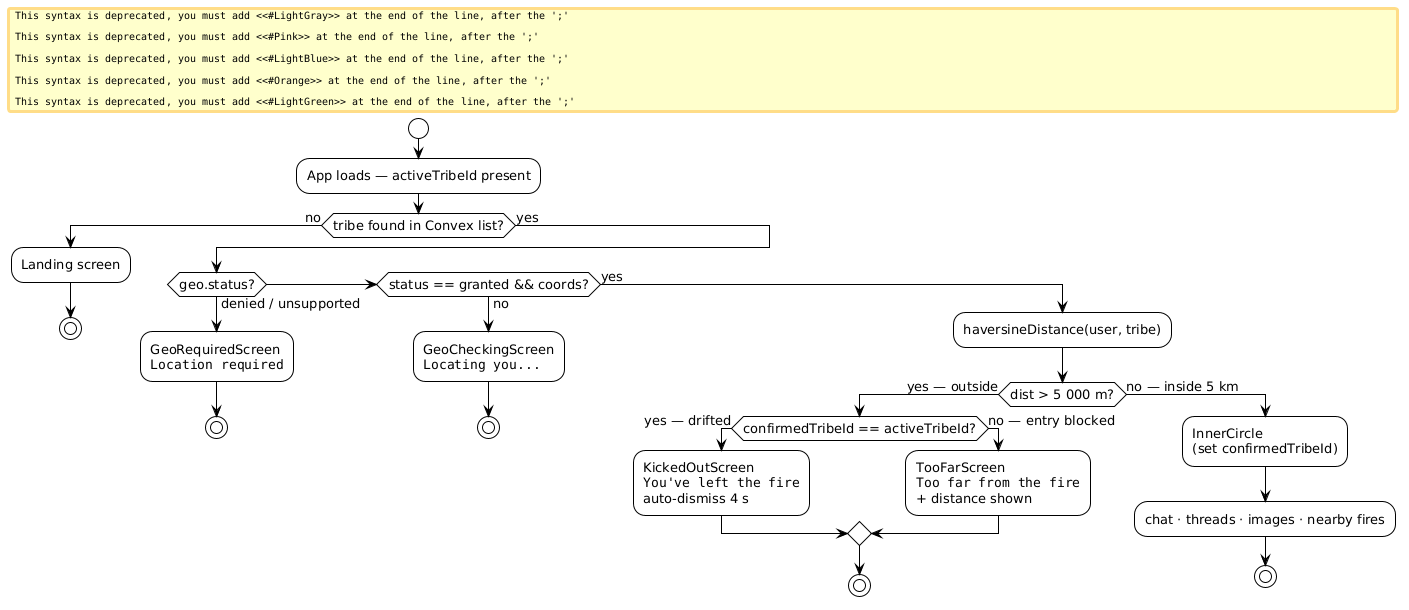
The PlantUML diagram docs/diagrams/geofence-gate.png in PIsberg/tribe-app, before a commit.
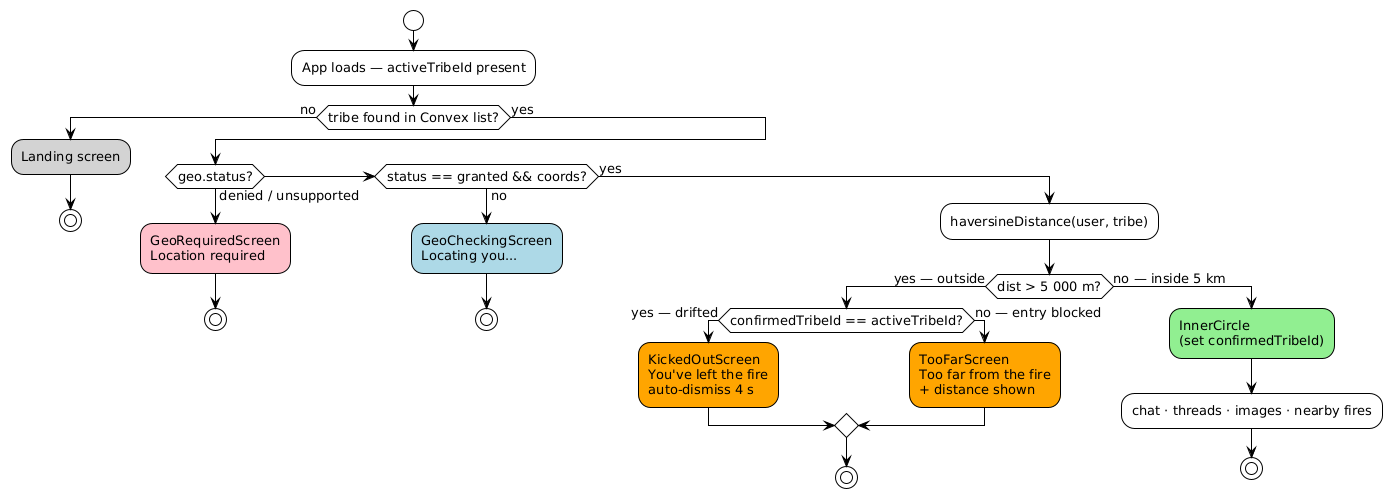
The same diagram one commit later.

Commit message:
docs: fix activity diagram color syntax in geofence-gate

Replace deprecated `#Color:label;` prefix syntax with new
`:label; <<#Color>>` stereotype suffix syntax as required by
current PlantUML activity diagram renderer.

The edit, as a diff of the source:
```diff
@@ -12,26 +12,26 @@
 :App loads — activeTribeId present;
 
 if (tribe found in Convex list?) then (no)
-  #LightGray:Landing screen;
+  :Landing screen; <<#LightGray>>
   stop
 else (yes)
   if (geo.status?) then (denied / unsupported)
-    #Pink:GeoRequiredScreen\n""Location required"";
+    :GeoRequiredScreen\nLocation required; <<#Pink>>
     stop
   elseif (status == granted && coords?) then (no)
-    #LightBlue:GeoCheckingScreen\n""Locating you..."";
+    :GeoCheckingScreen\nLocating you...; <<#LightBlue>>
     stop
   else (yes)
     :haversineDistance(user, tribe);
     if (dist > 5 000 m?) then (yes — outside)
       if (confirmedTribeId == activeTribeId?) then (yes — drifted)
-        #Orange:KickedOutScreen\n""You've left the fire""\nauto-dismiss 4 s;
+        :KickedOutScreen\nYou've left the fire\nauto-dismiss 4 s; <<#Orange>>
       else (no — entry blocked)
-        #Orange:TooFarScreen\n""Too far from the fire""\n+ distance shown;
+        :TooFarScreen\nToo far from the fire\n+ distance shown; <<#Orange>>
       endif
       stop
     else (no — inside 5 km)
-      #LightGreen:InnerCircle\n(set confirmedTribeId);
+      :InnerCircle\n(set confirmedTribeId); <<#LightGreen>>
       :chat · threads · images · nearby fires;
       stop
     endif
```
